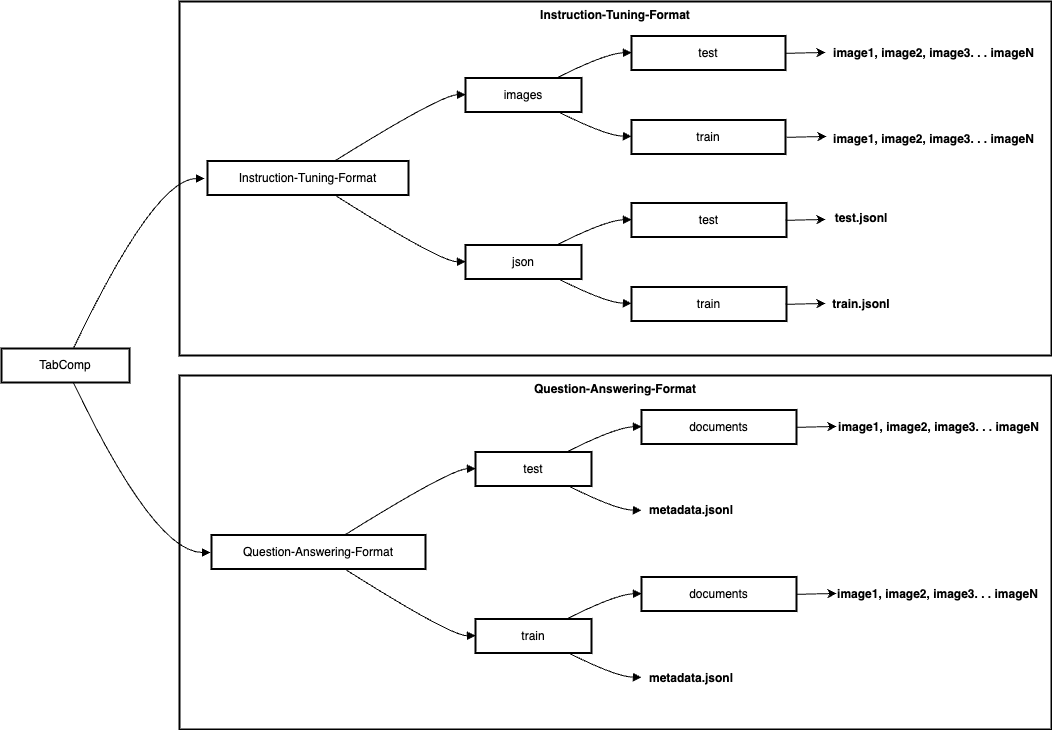
srgautam9/TabComp keeps this draw.io diagram as Diagram.png. Above is the earlier version. Source tidied: cells renumbered, new cells last; positions are measured from the earlier drawing's top-left corner, leaving out a move shared by most shapes. Source of this version:
```xml
<mxGraphModel>
  <root>
    <mxCell id="0" />
    <mxCell id="1" parent="0" />
    <mxCell id="2" value="Question-Answering-Format&#10;" style="whiteSpace=wrap;strokeWidth=2;verticalAlign=top;fontStyle=1;" parent="1" vertex="1">
      <mxGeometry x="178" y="374" width="872" height="354" as="geometry" />
    </mxCell>
    <mxCell id="3" value="Instruction-Tuning-Format" style="whiteSpace=wrap;strokeWidth=2;verticalAlign=top;fontStyle=1;" parent="1" vertex="1">
      <mxGeometry x="178" width="872" height="354" as="geometry" />
    </mxCell>
    <mxCell id="4" value="TabComp" style="whiteSpace=wrap;strokeWidth=2;" parent="1" vertex="1">
      <mxGeometry y="347" width="128" height="34" as="geometry" />
    </mxCell>
    <mxCell id="5" style="curved=1;startArrow=none;endArrow=block;exitX=0.56;exitY=0.99;entryX=0;entryY=0.5;" parent="1" edge="1" source="4">
      <mxGeometry relative="1" as="geometry">
        <mxPoint x="209" y="551" as="targetPoint" />
        <Array as="points">
          <mxPoint x="153" y="551" />
        </Array>
      </mxGeometry>
    </mxCell>
    <mxCell id="6" style="curved=1;startArrow=none;endArrow=block;exitX=0.56;exitY=0.01;entryX=0;entryY=0.5;" parent="1" edge="1" source="4">
      <mxGeometry relative="1" as="geometry">
        <mxPoint x="203" y="177" as="targetPoint" />
        <Array as="points">
          <mxPoint x="153" y="177" />
        </Array>
      </mxGeometry>
    </mxCell>
    <mxCell id="7" value="images" style="whiteSpace=wrap;strokeWidth=2;" parent="1" vertex="1">
      <mxGeometry x="464" y="76.5" width="116" height="34" as="geometry" />
    </mxCell>
    <mxCell id="8" value="Instruction-Tuning-Format" style="whiteSpace=wrap;strokeWidth=2;" parent="1" vertex="1">
      <mxGeometry x="206" y="159.5" width="201" height="34" as="geometry" />
    </mxCell>
    <mxCell id="9" value="json" style="whiteSpace=wrap;strokeWidth=2;" parent="1" vertex="1">
      <mxGeometry x="464" y="243.5" width="116" height="34" as="geometry" />
    </mxCell>
    <mxCell id="10" value="test" style="whiteSpace=wrap;strokeWidth=2;" parent="1" vertex="1">
      <mxGeometry x="630" y="34.5" width="154" height="34" as="geometry" />
    </mxCell>
    <mxCell id="11" value="train" style="whiteSpace=wrap;strokeWidth=2;" parent="1" vertex="1">
      <mxGeometry x="630" y="118.5" width="154" height="34" as="geometry" />
    </mxCell>
    <mxCell id="12" value="test" style="whiteSpace=wrap;strokeWidth=2;" parent="1" vertex="1">
      <mxGeometry x="630" y="201.5" width="155" height="34" as="geometry" />
    </mxCell>
    <mxCell id="13" value="train" style="whiteSpace=wrap;strokeWidth=2;" parent="1" vertex="1">
      <mxGeometry x="630" y="285.5" width="155" height="34" as="geometry" />
    </mxCell>
    <mxCell id="14" style="curved=1;startArrow=none;endArrow=block;exitX=0.63;exitY=0.01;entryX=0;entryY=0.49;" parent="1" edge="1" source="8" target="7">
      <mxGeometry relative="1" as="geometry">
        <Array as="points">
          <mxPoint x="439" y="93.5" />
        </Array>
      </mxGeometry>
    </mxCell>
    <mxCell id="15" style="curved=1;startArrow=none;endArrow=block;exitX=0.63;exitY=0.99;entryX=0;entryY=0.49;" parent="1" edge="1" source="8" target="9">
      <mxGeometry relative="1" as="geometry">
        <Array as="points">
          <mxPoint x="439" y="260.5" />
        </Array>
      </mxGeometry>
    </mxCell>
    <mxCell id="16" style="curved=1;startArrow=none;endArrow=block;exitX=0.79;exitY=-0.01;entryX=0;entryY=0.49;" parent="1" edge="1" source="7" target="10">
      <mxGeometry relative="1" as="geometry">
        <Array as="points">
          <mxPoint x="605" y="51.5" />
        </Array>
      </mxGeometry>
    </mxCell>
    <mxCell id="17" style="curved=1;startArrow=none;endArrow=block;exitX=0.79;exitY=0.98;entryX=0;entryY=0.48;" parent="1" edge="1" source="7" target="11">
      <mxGeometry relative="1" as="geometry">
        <Array as="points">
          <mxPoint x="605" y="134.5" />
        </Array>
      </mxGeometry>
    </mxCell>
    <mxCell id="18" style="curved=1;startArrow=none;endArrow=block;exitX=0.79;exitY=-0.01;entryX=0;entryY=0.49;" parent="1" edge="1" source="9" target="12">
      <mxGeometry relative="1" as="geometry">
        <Array as="points">
          <mxPoint x="605" y="218.5" />
        </Array>
      </mxGeometry>
    </mxCell>
    <mxCell id="19" style="curved=1;startArrow=none;endArrow=block;exitX=0.79;exitY=0.98;entryX=0;entryY=0.48;" parent="1" edge="1" source="9" target="13">
      <mxGeometry relative="1" as="geometry">
        <Array as="points">
          <mxPoint x="605" y="301.5" />
        </Array>
      </mxGeometry>
    </mxCell>
    <mxCell id="20" value="test" style="whiteSpace=wrap;strokeWidth=2;" parent="1" vertex="1">
      <mxGeometry x="474" y="450.5" width="116" height="34" as="geometry" />
    </mxCell>
    <mxCell id="21" value="Question-Answering-Format" style="whiteSpace=wrap;strokeWidth=2;" parent="1" vertex="1">
      <mxGeometry x="210" y="533.5" width="214" height="34" as="geometry" />
    </mxCell>
    <mxCell id="22" value="train" style="whiteSpace=wrap;strokeWidth=2;" parent="1" vertex="1">
      <mxGeometry x="474" y="617.5" width="116" height="34" as="geometry" />
    </mxCell>
    <mxCell id="23" value="documents" style="whiteSpace=wrap;strokeWidth=2;" parent="1" vertex="1">
      <mxGeometry x="640" y="408.5" width="155" height="34" as="geometry" />
    </mxCell>
    <mxCell id="24" value="documents" style="whiteSpace=wrap;strokeWidth=2;" parent="1" vertex="1">
      <mxGeometry x="640" y="575.5" width="155" height="34" as="geometry" />
    </mxCell>
    <mxCell id="25" style="curved=1;startArrow=none;endArrow=block;exitX=0.62;exitY=0.01;entryX=0;entryY=0.49;" parent="1" edge="1" source="21" target="20">
      <mxGeometry relative="1" as="geometry">
        <Array as="points">
          <mxPoint x="449" y="467.5" />
        </Array>
      </mxGeometry>
    </mxCell>
    <mxCell id="26" style="curved=1;startArrow=none;endArrow=block;exitX=0.62;exitY=0.99;entryX=0;entryY=0.49;" parent="1" edge="1" source="21" target="22">
      <mxGeometry relative="1" as="geometry">
        <Array as="points">
          <mxPoint x="449" y="634.5" />
        </Array>
      </mxGeometry>
    </mxCell>
    <mxCell id="27" style="curved=1;startArrow=none;endArrow=block;exitX=0.79;exitY=-0.01;entryX=0;entryY=0.49;" parent="1" edge="1" source="20" target="23">
      <mxGeometry relative="1" as="geometry">
        <Array as="points">
          <mxPoint x="615" y="425.5" />
        </Array>
      </mxGeometry>
    </mxCell>
    <mxCell id="28" style="curved=1;startArrow=none;endArrow=block;exitX=0.79;exitY=0.98;entryX=0;entryY=0.48;" parent="1" edge="1" source="20">
      <mxGeometry relative="1" as="geometry">
        <mxPoint x="640" y="508.8" as="targetPoint" />
        <Array as="points">
          <mxPoint x="615" y="508.5" />
        </Array>
      </mxGeometry>
    </mxCell>
    <mxCell id="29" style="curved=1;startArrow=none;endArrow=block;exitX=0.79;exitY=-0.01;entryX=0;entryY=0.49;" parent="1" edge="1" source="22" target="24">
      <mxGeometry relative="1" as="geometry">
        <Array as="points">
          <mxPoint x="615" y="592.5" />
        </Array>
      </mxGeometry>
    </mxCell>
    <mxCell id="30" style="curved=1;startArrow=none;endArrow=block;exitX=0.79;exitY=0.98;entryX=0;entryY=0.48;" parent="1" edge="1" source="22">
      <mxGeometry relative="1" as="geometry">
        <mxPoint x="640" y="675.8" as="targetPoint" />
        <Array as="points">
          <mxPoint x="615" y="675.5" />
        </Array>
      </mxGeometry>
    </mxCell>
    <mxCell id="31" value="&lt;b&gt;metadata.jsonl&lt;/b&gt;" style="text;html=1;align=center;verticalAlign=middle;whiteSpace=wrap;rounded=0;" parent="1" vertex="1">
      <mxGeometry x="640" y="494" width="100" height="30" as="geometry" />
    </mxCell>
    <mxCell id="32" value="&lt;b&gt;metadata.jsonl&lt;/b&gt;" style="text;html=1;align=center;verticalAlign=middle;whiteSpace=wrap;rounded=0;" parent="1" vertex="1">
      <mxGeometry x="640" y="662" width="100" height="30" as="geometry" />
    </mxCell>
    <mxCell id="33" style="endArrow=classic;html=1;rounded=0;" parent="1" edge="1">
      <mxGeometry relative="1" as="geometry">
        <mxPoint x="795" y="425.8" as="sourcePoint" />
        <mxPoint x="835" y="424.9" as="targetPoint" />
      </mxGeometry>
    </mxCell>
    <mxCell id="34" style="endArrow=classic;html=1;rounded=0;" parent="1" edge="1">
      <mxGeometry relative="1" as="geometry">
        <mxPoint x="795" y="592.8" as="sourcePoint" />
        <mxPoint x="835" y="591.9" as="targetPoint" />
      </mxGeometry>
    </mxCell>
    <mxCell id="35" value="&lt;b&gt;image1, image2, image3. . . imageN&lt;/b&gt;" style="text;html=1;align=center;verticalAlign=middle;whiteSpace=wrap;rounded=0;" parent="1" vertex="1">
      <mxGeometry x="835" y="410.5" width="205" height="30" as="geometry" />
    </mxCell>
    <mxCell id="36" value="&lt;b&gt;image1, image2, image3. . . imageN&lt;/b&gt;" style="text;html=1;align=center;verticalAlign=middle;whiteSpace=wrap;rounded=0;" parent="1" vertex="1">
      <mxGeometry x="834" y="577.5" width="205" height="30" as="geometry" />
    </mxCell>
    <mxCell id="37" style="endArrow=classic;html=1;rounded=0;" parent="1" edge="1">
      <mxGeometry relative="1" as="geometry">
        <mxPoint x="784" y="302.8" as="sourcePoint" />
        <mxPoint x="824" y="301.9" as="targetPoint" />
      </mxGeometry>
    </mxCell>
    <mxCell id="38" style="endArrow=classic;html=1;rounded=0;" parent="1" edge="1">
      <mxGeometry relative="1" as="geometry">
        <mxPoint x="784" y="218.8" as="sourcePoint" />
        <mxPoint x="824" y="217.9" as="targetPoint" />
      </mxGeometry>
    </mxCell>
    <mxCell id="39" style="endArrow=classic;html=1;rounded=0;" parent="1" edge="1">
      <mxGeometry relative="1" as="geometry">
        <mxPoint x="785" y="135.8" as="sourcePoint" />
        <mxPoint x="825" y="134.9" as="targetPoint" />
      </mxGeometry>
    </mxCell>
    <mxCell id="40" style="endArrow=classic;html=1;rounded=0;" parent="1" edge="1">
      <mxGeometry relative="1" as="geometry">
        <mxPoint x="784" y="51.8" as="sourcePoint" />
        <mxPoint x="824" y="50.9" as="targetPoint" />
      </mxGeometry>
    </mxCell>
    <mxCell id="41" value="&lt;b&gt;image1, image2, image3. . . imageN&lt;/b&gt;" style="text;html=1;align=center;verticalAlign=middle;whiteSpace=wrap;rounded=0;" parent="1" vertex="1">
      <mxGeometry x="830" y="36.5" width="205" height="30" as="geometry" />
    </mxCell>
    <mxCell id="42" value="&lt;b&gt;image1, image2, image3. . . imageN&lt;/b&gt;" style="text;html=1;align=center;verticalAlign=middle;whiteSpace=wrap;rounded=0;" parent="1" vertex="1">
      <mxGeometry x="830" y="122.5" width="205" height="30" as="geometry" />
    </mxCell>
    <mxCell id="43" value="&lt;b&gt;test.jsonl&lt;/b&gt;" style="text;html=1;align=center;verticalAlign=middle;whiteSpace=wrap;rounded=0;" parent="1" vertex="1">
      <mxGeometry x="830" y="201.5" width="60" height="30" as="geometry" />
    </mxCell>
    <mxCell id="44" value="&lt;b&gt;train.jsonl&lt;/b&gt;" style="text;html=1;align=center;verticalAlign=middle;whiteSpace=wrap;rounded=0;" parent="1" vertex="1">
      <mxGeometry x="830" y="287.5" width="60" height="30" as="geometry" />
    </mxCell>
  </root>
</mxGraphModel>
```
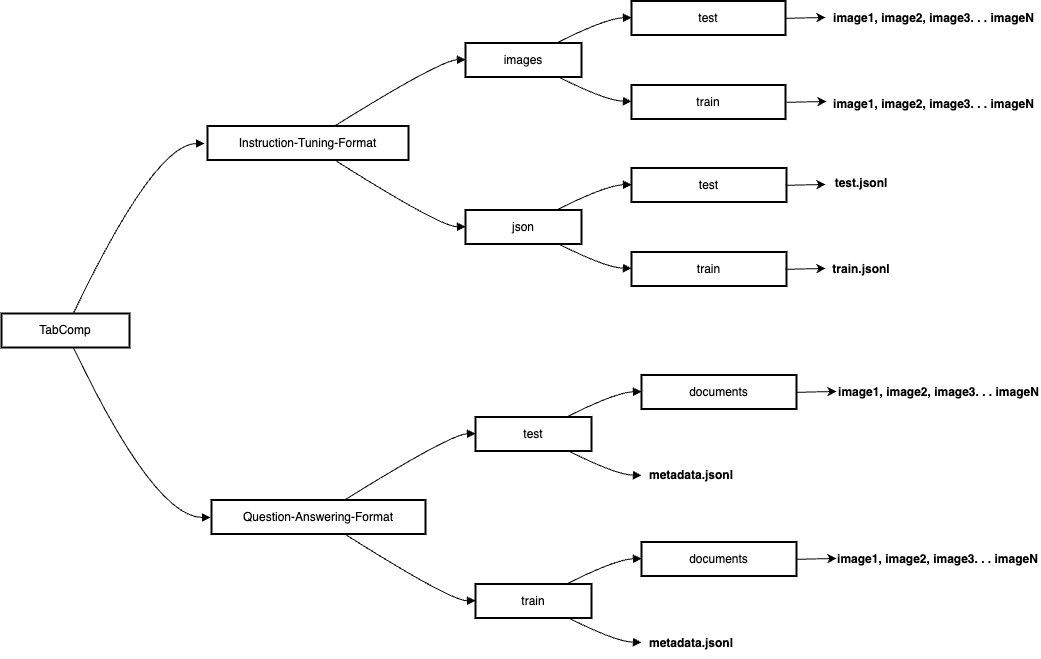
After the commit.

Change to the diagram source:
```diff
@@ -2,12 +2,6 @@
   <root>
     <mxCell id="0" />
     <mxCell id="1" parent="0" />
-    <mxCell id="2" value="Question-Answering-Format&#10;" style="whiteSpace=wrap;strokeWidth=2;verticalAlign=top;fontStyle=1;" parent="1" vertex="1">
-      <mxGeometry x="178" y="374" width="872" height="354" as="geometry" />
-    </mxCell>
-    <mxCell id="3" value="Instruction-Tuning-Format" style="whiteSpace=wrap;strokeWidth=2;verticalAlign=top;fontStyle=1;" parent="1" vertex="1">
-      <mxGeometry x="178" width="872" height="354" as="geometry" />
-    </mxCell>
     <mxCell id="4" value="TabComp" style="whiteSpace=wrap;strokeWidth=2;" parent="1" vertex="1">
       <mxGeometry y="347" width="128" height="34" as="geometry" />
     </mxCell>
```
